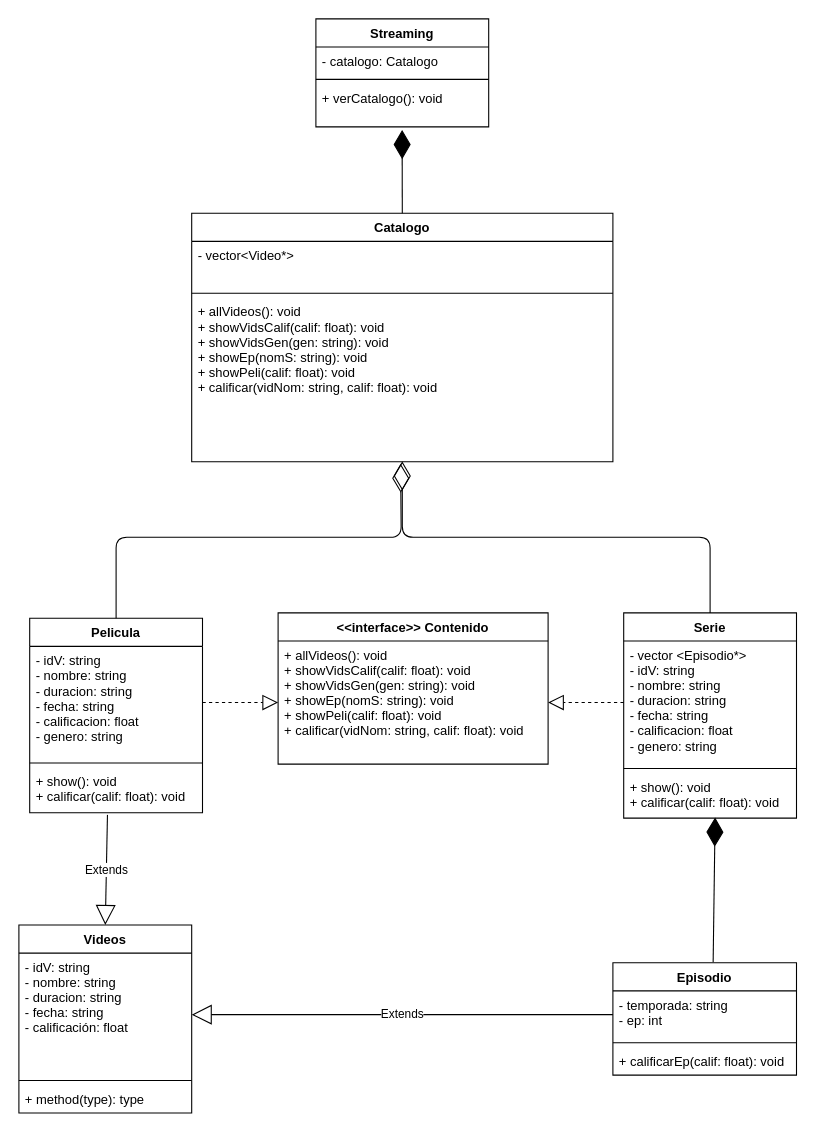
The draw.io diagram streaming 2.drawio in A01750658/proyecto_cpp, before the edit. Source tidied: cells renumbered, new cells numbered last; positions are measured from the earlier drawing's top-left corner, leaving out a move shared by most shapes. Both pictures are drawn from the tidied source at 108%, with x=0, y=0 at pixel (18, 18).
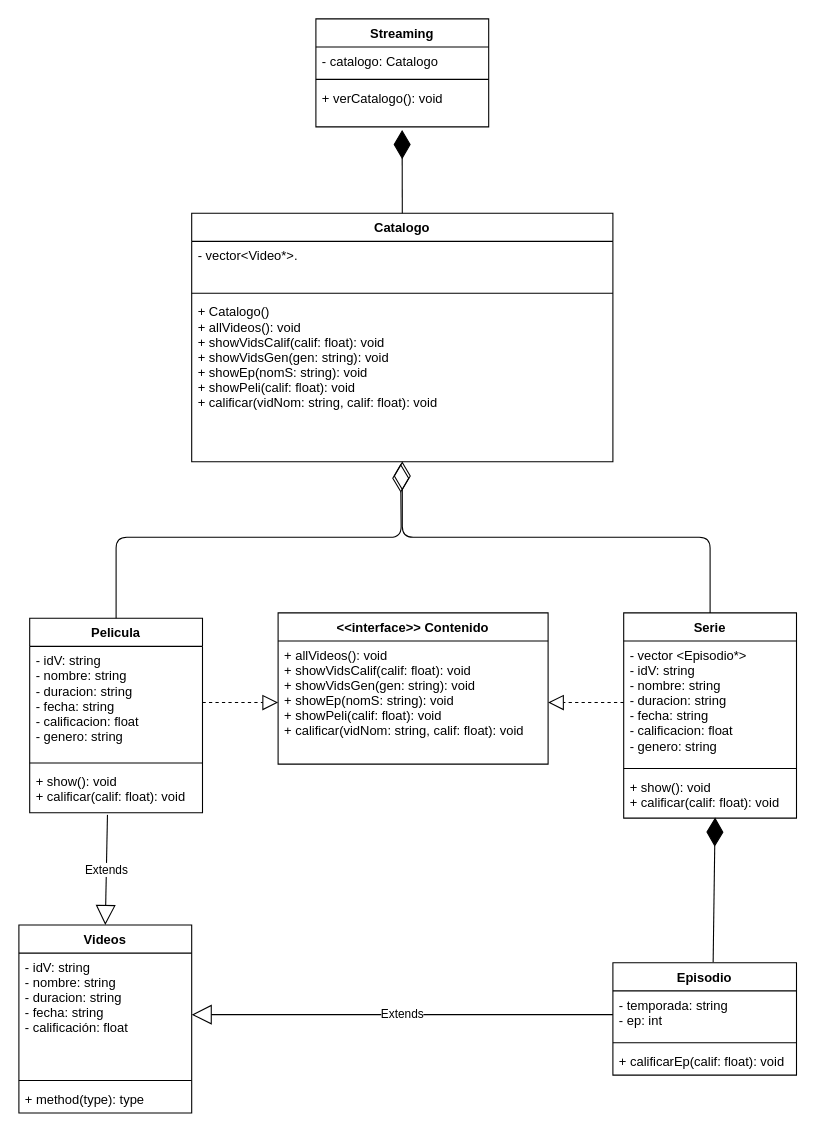
The same diagram, later.

Unchanged cells that the change refers to:
```xml
<mxCell id="3" value="Catalogo" style="swimlane;fontStyle=1;align=center;verticalAlign=top;horizontal=1;startSize=26;" parent="1" vertex="1">
  <mxGeometry x="160" y="180" width="390" height="230" as="geometry" />
</mxCell>
```

What changed in the source:
```diff
@@
-    <mxCell id="4" value="- vector&lt;Video*&gt;" style="text;strokeColor=none;fillColor=none;align=left;verticalAlign=top;spacingLeft=4;spacingRight=4;overflow=hidden;" parent="3" vertex="1">
+    <mxCell id="4" value="- vector&lt;Video*&gt;." style="text;strokeColor=none;fillColor=none;align=left;verticalAlign=top;spacingLeft=4;spacingRight=4;overflow=hidden;" parent="3" vertex="1">
       <mxGeometry y="26" width="390" height="44" as="geometry" />
     </mxCell>
@@
-    <mxCell id="6" value="+ allVideos(): void&#10;+ showVidsCalif(calif: float): void&#10;+ showVidsGen(gen: string): void&#10;+ showEp(nomS: string): void&#10;+ showPeli(calif: float): void&#10;+ calificar(vidNom: string, calif: float): void" style="text;strokeColor=none;fillColor=none;align=left;verticalAlign=top;spacingLeft=4;spacingRight=4;overflow=hidden;points=[[0,0.5],[1,0.5]];portConstraint=eastwest;" parent="3" vertex="1">
+    <mxCell id="6" value="+ Catalogo()&#10;+ allVideos(): void&#10;+ showVidsCalif(calif: float): void&#10;+ showVidsGen(gen: string): void&#10;+ showEp(nomS: string): void&#10;+ showPeli(calif: float): void&#10;+ calificar(vidNom: string, calif: float): void" style="text;strokeColor=none;fillColor=none;align=left;verticalAlign=top;spacingLeft=4;spacingRight=4;overflow=hidden;points=[[0,0.5],[1,0.5]];portConstraint=eastwest;" parent="3" vertex="1">
       <mxGeometry y="78" width="390" height="152" as="geometry" />
     </mxCell>
```
